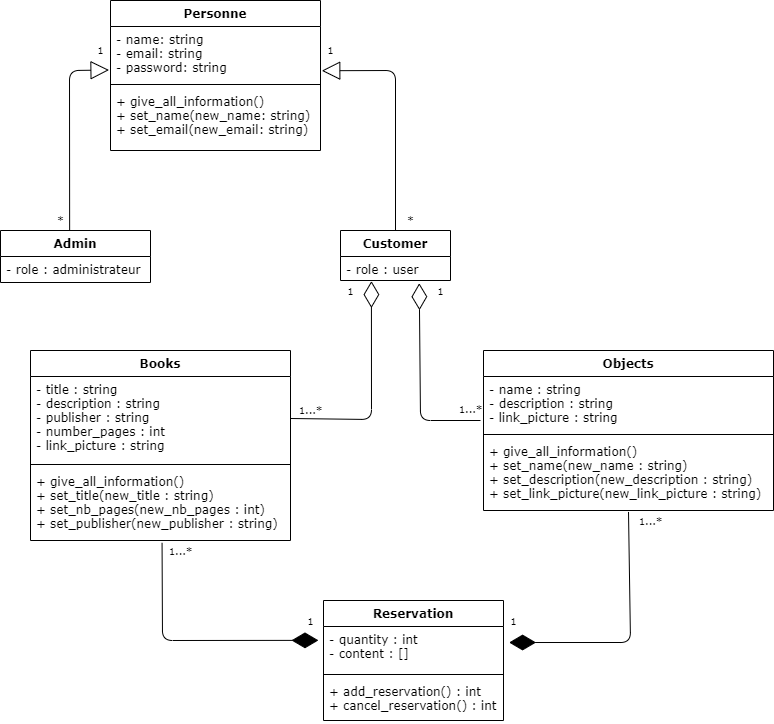
This is uml.png from ImNeow/Dev-Web-2022, a draw.io export, as it was before one commit. Source tidied: cells renumbered, new cells last; positions are measured from the earlier drawing's top-left corner, leaving out a move shared by most shapes.
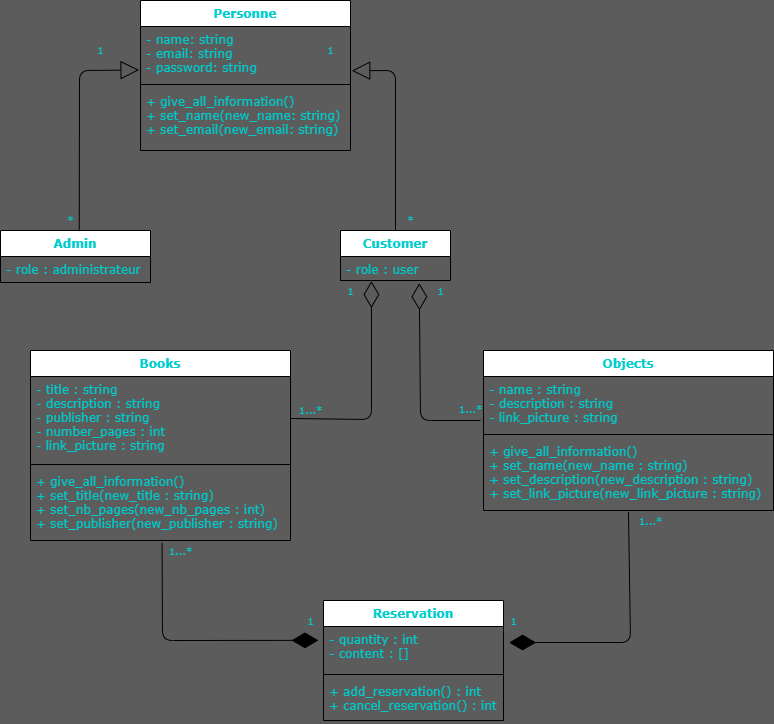
Above is the later version.

Diff of the diagram source:
```diff
@@ -1,133 +1,133 @@
-<mxGraphModel>
+<mxGraphModel background="#5C5C5C">
   <root>
     <mxCell id="0" />
     <mxCell id="1" parent="0" />
-    <mxCell id="2" value="Personne" style="swimlane;fontStyle=1;align=center;verticalAlign=top;horizontal=1;startSize=26;fontFamily=Verdana;" parent="1" vertex="1">
-      <mxGeometry x="110" width="210" height="150" as="geometry" />
+    <mxCell id="2" value="Personne" style="swimlane;fontStyle=1;align=center;verticalAlign=top;horizontal=1;startSize=26;fontFamily=Verdana;fontColor=#00CCCC;" parent="1" vertex="1">
+      <mxGeometry x="140" width="210" height="150" as="geometry" />
     </mxCell>
-    <mxCell id="3" value="- name: string&#10;- email: string&#10;- password: string&#10;" style="text;strokeColor=none;fillColor=none;align=left;verticalAlign=top;spacingLeft=4;spacingRight=4;overflow=hidden;points=[[0,0.5],[1,0.5]];portConstraint=eastwest;fontFamily=Verdana;" parent="2" vertex="1">
+    <mxCell id="3" value="- name: string&#10;- email: string&#10;- password: string&#10;" style="text;strokeColor=none;fillColor=none;align=left;verticalAlign=top;spacingLeft=4;spacingRight=4;overflow=hidden;points=[[0,0.5],[1,0.5]];portConstraint=eastwest;fontFamily=Verdana;fontColor=#00CCCC;" parent="2" vertex="1">
       <mxGeometry y="26" width="210" height="54" as="geometry" />
     </mxCell>
-    <mxCell id="4" style="line;strokeWidth=1;fillColor=none;align=left;verticalAlign=middle;spacingTop=-1;spacingLeft=3;spacingRight=3;labelPosition=right;fontFamily=Verdana;" parent="2" vertex="1">
+    <mxCell id="4" style="line;strokeWidth=1;fillColor=none;align=left;verticalAlign=middle;spacingTop=-1;spacingLeft=3;spacingRight=3;labelPosition=right;fontFamily=Verdana;fontColor=#00CCCC;" parent="2" vertex="1">
       <mxGeometry y="80" width="210" height="8" as="geometry" />
     </mxCell>
-    <mxCell id="5" value="+ give_all_information()&#10;+ set_name(new_name: string)&#10;+ set_email(new_email: string)" style="text;strokeColor=none;fillColor=none;align=left;verticalAlign=top;spacingLeft=4;spacingRight=4;overflow=hidden;fontFamily=Verdana;" parent="2" vertex="1">
+    <mxCell id="5" value="+ give_all_information()&#10;+ set_name(new_name: string)&#10;+ set_email(new_email: string)" style="text;strokeColor=none;fillColor=none;align=left;verticalAlign=top;spacingLeft=4;spacingRight=4;overflow=hidden;fontFamily=Verdana;fontColor=#00CCCC;" parent="2" vertex="1">
       <mxGeometry y="88" width="210" height="62" as="geometry" />
     </mxCell>
-    <mxCell id="6" value="Admin" style="swimlane;fontStyle=1;align=center;verticalAlign=top;horizontal=1;startSize=26;fontFamily=Verdana;" parent="1" vertex="1">
+    <mxCell id="6" value="Admin" style="swimlane;fontStyle=1;align=center;verticalAlign=top;horizontal=1;startSize=26;fontFamily=Verdana;fontColor=#00CCCC;" parent="1" vertex="1">
       <mxGeometry y="230" width="150" height="52" as="geometry" />
     </mxCell>
-    <mxCell id="7" value="- role : administrateur" style="text;strokeColor=none;fillColor=none;align=left;verticalAlign=top;spacingLeft=4;spacingRight=4;overflow=hidden;fontFamily=Verdana;" parent="6" vertex="1">
+    <mxCell id="7" value="- role : administrateur" style="text;strokeColor=none;fillColor=none;align=left;verticalAlign=top;spacingLeft=4;spacingRight=4;overflow=hidden;fontFamily=Verdana;fontColor=#00CCCC;" parent="6" vertex="1">
       <mxGeometry y="26" width="150" height="26" as="geometry" />
     </mxCell>
-    <mxCell id="8" value="Customer" style="swimlane;fontStyle=1;align=center;verticalAlign=top;horizontal=1;startSize=26;fontFamily=Verdana;" parent="1" vertex="1">
+    <mxCell id="8" value="Customer" style="swimlane;fontStyle=1;align=center;verticalAlign=top;horizontal=1;startSize=26;fontFamily=Verdana;fontColor=#00CCCC;" parent="1" vertex="1">
       <mxGeometry x="340" y="230" width="110" height="50" as="geometry" />
     </mxCell>
-    <mxCell id="9" value="- role : user" style="text;strokeColor=none;fillColor=none;align=left;verticalAlign=top;spacingLeft=4;spacingRight=4;overflow=hidden;points=[[0,0.5],[1,0.5]];portConstraint=eastwest;fontFamily=Verdana;" parent="8" vertex="1">
+    <mxCell id="9" value="- role : user" style="text;strokeColor=none;fillColor=none;align=left;verticalAlign=top;spacingLeft=4;spacingRight=4;overflow=hidden;points=[[0,0.5],[1,0.5]];portConstraint=eastwest;fontFamily=Verdana;fontColor=#00CCCC;" parent="8" vertex="1">
       <mxGeometry y="26" width="110" height="24" as="geometry" />
     </mxCell>
-    <mxCell id="10" value="Books" style="swimlane;fontStyle=1;align=center;verticalAlign=top;horizontal=1;startSize=26;fontFamily=Verdana;" parent="1" vertex="1">
+    <mxCell id="10" value="Books" style="swimlane;fontStyle=1;align=center;verticalAlign=top;horizontal=1;startSize=26;fontFamily=Verdana;fontColor=#00CCCC;" parent="1" vertex="1">
       <mxGeometry x="30" y="350" width="260" height="190" as="geometry" />
     </mxCell>
-    <mxCell id="11" value="- title : string&#10;- description : string&#10;- publisher : string&#10;- number_pages : int&#10;- link_picture : string" style="text;strokeColor=none;fillColor=none;align=left;verticalAlign=top;spacingLeft=4;spacingRight=4;overflow=hidden;points=[[0,0.5],[1,0.5]];portConstraint=eastwest;fontFamily=Verdana;" parent="10" vertex="1">
+    <mxCell id="11" value="- title : string&#10;- description : string&#10;- publisher : string&#10;- number_pages : int&#10;- link_picture : string" style="text;strokeColor=none;fillColor=none;align=left;verticalAlign=top;spacingLeft=4;spacingRight=4;overflow=hidden;points=[[0,0.5],[1,0.5]];portConstraint=eastwest;fontFamily=Verdana;fontColor=#00CCCC;" parent="10" vertex="1">
       <mxGeometry y="26" width="260" height="84" as="geometry" />
     </mxCell>
-    <mxCell id="12" style="line;strokeWidth=1;fillColor=none;align=left;verticalAlign=middle;spacingTop=-1;spacingLeft=3;spacingRight=3;labelPosition=right;fontFamily=Verdana;" parent="10" vertex="1">
+    <mxCell id="12" style="line;strokeWidth=1;fillColor=none;align=left;verticalAlign=middle;spacingTop=-1;spacingLeft=3;spacingRight=3;labelPosition=right;fontFamily=Verdana;fontColor=#00CCCC;" parent="10" vertex="1">
       <mxGeometry y="110" width="260" height="8" as="geometry" />
     </mxCell>
-    <mxCell id="13" value="+ give_all_information()&#10;+ set_title(new_title : string)&#10;+ set_nb_pages(new_nb_pages : int)&#10;+ set_publisher(new_publisher : string)" style="text;strokeColor=none;fillColor=none;align=left;verticalAlign=top;spacingLeft=4;spacingRight=4;overflow=hidden;points=[[0,0.5],[1,0.5]];portConstraint=eastwest;fontFamily=Verdana;" parent="10" vertex="1">
+    <mxCell id="13" value="+ give_all_information()&#10;+ set_title(new_title : string)&#10;+ set_nb_pages(new_nb_pages : int)&#10;+ set_publisher(new_publisher : string)" style="text;strokeColor=none;fillColor=none;align=left;verticalAlign=top;spacingLeft=4;spacingRight=4;overflow=hidden;points=[[0,0.5],[1,0.5]];portConstraint=eastwest;fontFamily=Verdana;fontColor=#00CCCC;" parent="10" vertex="1">
       <mxGeometry y="118" width="260" height="72" as="geometry" />
     </mxCell>
-    <mxCell id="14" value="Objects" style="swimlane;fontStyle=1;align=center;verticalAlign=top;horizontal=1;startSize=26;fontFamily=Verdana;" parent="1" vertex="1">
+    <mxCell id="14" value="Objects" style="swimlane;fontStyle=1;align=center;verticalAlign=top;horizontal=1;startSize=26;fontFamily=Verdana;fontColor=#00CCCC;" parent="1" vertex="1">
       <mxGeometry x="483" y="350" width="290" height="160" as="geometry" />
     </mxCell>
-    <mxCell id="15" value="- name : string&#10;- description : string&#10;- link_picture : string&#10;" style="text;strokeColor=none;fillColor=none;align=left;verticalAlign=top;spacingLeft=4;spacingRight=4;overflow=hidden;fontFamily=Verdana;" parent="14" vertex="1">
+    <mxCell id="15" value="- name : string&#10;- description : string&#10;- link_picture : string&#10;" style="text;strokeColor=none;fillColor=none;align=left;verticalAlign=top;spacingLeft=4;spacingRight=4;overflow=hidden;fontFamily=Verdana;fontColor=#00CCCC;" parent="14" vertex="1">
       <mxGeometry y="26" width="290" height="54" as="geometry" />
     </mxCell>
-    <mxCell id="16" style="line;strokeWidth=1;fillColor=none;align=left;verticalAlign=middle;spacingTop=-1;spacingLeft=3;spacingRight=3;labelPosition=right;fontFamily=Verdana;" parent="14" vertex="1">
+    <mxCell id="16" style="line;strokeWidth=1;fillColor=none;align=left;verticalAlign=middle;spacingTop=-1;spacingLeft=3;spacingRight=3;labelPosition=right;fontFamily=Verdana;fontColor=#00CCCC;" parent="14" vertex="1">
       <mxGeometry y="80" width="290" height="8" as="geometry" />
     </mxCell>
-    <mxCell id="17" value="+ give_all_information()&#10;+ set_name(new_name : string)&#10;+ set_description(new_description : string)&#10;+ set_link_picture(new_link_picture : string)" style="text;strokeColor=none;fillColor=none;align=left;verticalAlign=top;spacingLeft=4;spacingRight=4;overflow=hidden;points=[[0,0.5],[1,0.5]];portConstraint=eastwest;fontFamily=Verdana;" parent="14" vertex="1">
+    <mxCell id="17" value="+ give_all_information()&#10;+ set_name(new_name : string)&#10;+ set_description(new_description : string)&#10;+ set_link_picture(new_link_picture : string)" style="text;strokeColor=none;fillColor=none;align=left;verticalAlign=top;spacingLeft=4;spacingRight=4;overflow=hidden;points=[[0,0.5],[1,0.5]];portConstraint=eastwest;fontFamily=Verdana;fontColor=#00CCCC;" parent="14" vertex="1">
       <mxGeometry y="88" width="290" height="72" as="geometry" />
     </mxCell>
-    <mxCell id="18" value="Reservation" style="swimlane;fontStyle=1;align=center;verticalAlign=top;horizontal=1;startSize=26;fontFamily=Verdana;" parent="1" vertex="1">
+    <mxCell id="18" value="Reservation" style="swimlane;fontStyle=1;align=center;verticalAlign=top;horizontal=1;startSize=26;fontFamily=Verdana;fontColor=#00CCCC;" parent="1" vertex="1">
       <mxGeometry x="323" y="600" width="180" height="120" as="geometry" />
     </mxCell>
-    <mxCell id="19" value="- quantity : int&#10;- content : []" style="text;strokeColor=none;fillColor=none;align=left;verticalAlign=top;spacingLeft=4;spacingRight=4;overflow=hidden;points=[[0,0.5],[1,0.5]];portConstraint=eastwest;fontFamily=Verdana;" parent="18" vertex="1">
+    <mxCell id="19" value="- quantity : int&#10;- content : []" style="text;strokeColor=none;fillColor=none;align=left;verticalAlign=top;spacingLeft=4;spacingRight=4;overflow=hidden;points=[[0,0.5],[1,0.5]];portConstraint=eastwest;fontFamily=Verdana;fontColor=#00CCCC;" parent="18" vertex="1">
       <mxGeometry y="26" width="180" height="44" as="geometry" />
     </mxCell>
-    <mxCell id="20" style="line;strokeWidth=1;fillColor=none;align=left;verticalAlign=middle;spacingTop=-1;spacingLeft=3;spacingRight=3;labelPosition=right;fontFamily=Verdana;" parent="18" vertex="1">
+    <mxCell id="20" style="line;strokeWidth=1;fillColor=none;align=left;verticalAlign=middle;spacingTop=-1;spacingLeft=3;spacingRight=3;labelPosition=right;fontFamily=Verdana;fontColor=#00CCCC;" parent="18" vertex="1">
       <mxGeometry y="70" width="180" height="8" as="geometry" />
     </mxCell>
-    <mxCell id="21" value="+ add_reservation() : int&#10;+ cancel_reservation() : int" style="text;strokeColor=none;fillColor=none;align=left;verticalAlign=top;spacingLeft=4;spacingRight=4;overflow=hidden;fontFamily=Verdana;" parent="18" vertex="1">
+    <mxCell id="21" value="+ add_reservation() : int&#10;+ cancel_reservation() : int" style="text;strokeColor=none;fillColor=none;align=left;verticalAlign=top;spacingLeft=4;spacingRight=4;overflow=hidden;fontFamily=Verdana;fontColor=#00CCCC;" parent="18" vertex="1">
       <mxGeometry y="78" width="180" height="42" as="geometry" />
     </mxCell>
-    <mxCell id="22" style="endArrow=diamondThin;endFill=1;endSize=24;html=1;fontFamily=Lucida Console;entryX=-0.028;entryY=0.315;entryDx=0;entryDy=0;entryPerimeter=0;exitX=0.506;exitY=1.033;exitDx=0;exitDy=0;exitPerimeter=0;" parent="1" edge="1" source="13" target="19">
+    <mxCell id="22" style="endArrow=diamondThin;endFill=1;endSize=24;html=1;fontFamily=Lucida Console;entryX=-0.028;entryY=0.315;entryDx=0;entryDy=0;entryPerimeter=0;exitX=0.506;exitY=1.033;exitDx=0;exitDy=0;exitPerimeter=0;fontColor=#00CCCC;" parent="1" edge="1" source="13" target="19">
       <mxGeometry relative="1" as="geometry">
         <Array as="points">
           <mxPoint x="162" y="640" />
         </Array>
       </mxGeometry>
     </mxCell>
-    <mxCell id="23" style="endArrow=diamondThin;endFill=1;endSize=24;html=1;fontFamily=Lucida Console;entryX=1.031;entryY=0.364;entryDx=0;entryDy=0;entryPerimeter=0;exitX=0.5;exitY=1.02;exitDx=0;exitDy=0;exitPerimeter=0;" parent="1" edge="1" source="17" target="19">
+    <mxCell id="23" style="endArrow=diamondThin;endFill=1;endSize=24;html=1;fontFamily=Lucida Console;entryX=1.031;entryY=0.364;entryDx=0;entryDy=0;entryPerimeter=0;exitX=0.5;exitY=1.02;exitDx=0;exitDy=0;exitPerimeter=0;fontColor=#00CCCC;" parent="1" edge="1" source="17" target="19">
       <mxGeometry relative="1" as="geometry">
         <Array as="points">
           <mxPoint x="630" y="642" />
         </Array>
       </mxGeometry>
     </mxCell>
-    <mxCell id="24" style="endArrow=block;endSize=16;endFill=0;html=1;fontFamily=Verdana;entryX=-0.007;entryY=0.806;entryDx=0;entryDy=0;entryPerimeter=0;exitX=0.957;exitY=0.975;exitDx=0;exitDy=0;exitPerimeter=0;" parent="1" edge="1" source="26" target="3">
+    <mxCell id="24" style="endArrow=block;endSize=16;endFill=0;html=1;fontFamily=Verdana;entryX=-0.007;entryY=0.806;entryDx=0;entryDy=0;entryPerimeter=0;exitX=0.525;exitY=0.011;exitDx=0;exitDy=0;exitPerimeter=0;fontColor=#00CCCC;" parent="1" edge="1" source="6" target="3">
       <mxGeometry x="0.12" y="10" relative="1" as="geometry">
         <Array as="points">
-          <mxPoint x="69" y="70" />
+          <mxPoint x="79" y="70" />
         </Array>
       </mxGeometry>
     </mxCell>
-    <mxCell id="25" style="endArrow=block;endSize=16;endFill=0;html=1;fontFamily=Verdana;entryX=1.006;entryY=0.819;entryDx=0;entryDy=0;entryPerimeter=0;exitX=0.5;exitY=0;exitDx=0;exitDy=0;" parent="1" edge="1" source="8" target="3">
+    <mxCell id="25" style="endArrow=block;endSize=16;endFill=0;html=1;fontFamily=Verdana;entryX=1.006;entryY=0.819;entryDx=0;entryDy=0;entryPerimeter=0;exitX=0.5;exitY=0;exitDx=0;exitDy=0;fontColor=#00CCCC;" parent="1" edge="1" source="8" target="3">
       <mxGeometry relative="1" as="geometry">
         <Array as="points">
           <mxPoint x="395" y="70" />
         </Array>
       </mxGeometry>
     </mxCell>
-    <mxCell id="26" value="&lt;font style=&quot;font-size: 10px&quot;&gt;*&lt;/font&gt;" style="text;html=1;align=center;verticalAlign=middle;points=[];strokeColor=none;fillColor=none;fontFamily=Verdana;" parent="1" vertex="1">
-      <mxGeometry x="50" y="210" width="20" height="20" as="geometry" />
+    <mxCell id="26" value="&lt;font style=&quot;font-size: 10px&quot;&gt;*&lt;/font&gt;" style="text;html=1;align=center;verticalAlign=middle;points=[];strokeColor=none;fillColor=none;fontFamily=Verdana;fontColor=#00CCCC;" parent="1" vertex="1">
+      <mxGeometry x="60" y="210" width="20" height="20" as="geometry" />
     </mxCell>
-    <mxCell id="27" value="&lt;font style=&quot;font-size: 10px&quot;&gt;1&lt;/font&gt;" style="text;html=1;align=center;verticalAlign=middle;strokeColor=none;fillColor=none;fontFamily=Verdana;" parent="1" vertex="1">
+    <mxCell id="27" value="&lt;font style=&quot;font-size: 10px&quot;&gt;1&lt;/font&gt;" style="text;html=1;align=center;verticalAlign=middle;strokeColor=none;fillColor=none;fontFamily=Verdana;fontColor=#00CCCC;" parent="1" vertex="1">
       <mxGeometry x="90" y="40" width="20" height="20" as="geometry" />
     </mxCell>
-    <mxCell id="28" value="&lt;font style=&quot;font-size: 10px&quot;&gt;1&lt;/font&gt;" style="text;html=1;align=center;verticalAlign=middle;strokeColor=none;fillColor=none;fontFamily=Verdana;" parent="1" vertex="1">
+    <mxCell id="28" value="&lt;font style=&quot;font-size: 10px&quot;&gt;1&lt;/font&gt;" style="text;html=1;align=center;verticalAlign=middle;strokeColor=none;fillColor=none;fontFamily=Verdana;fontColor=#00CCCC;" parent="1" vertex="1">
       <mxGeometry x="320" y="40" width="20" height="20" as="geometry" />
     </mxCell>
-    <mxCell id="29" value="&lt;font style=&quot;font-size: 10px&quot;&gt;*&lt;/font&gt;" style="text;html=1;align=center;verticalAlign=middle;strokeColor=none;fillColor=none;fontFamily=Verdana;" parent="1" vertex="1">
+    <mxCell id="29" value="&lt;font style=&quot;font-size: 10px&quot;&gt;*&lt;/font&gt;" style="text;html=1;align=center;verticalAlign=middle;strokeColor=none;fillColor=none;fontFamily=Verdana;fontColor=#00CCCC;" parent="1" vertex="1">
       <mxGeometry x="400" y="210" width="20" height="20" as="geometry" />
     </mxCell>
-    <mxCell id="30" value="&lt;font face=&quot;Verdana&quot; style=&quot;font-size: 10px&quot;&gt;1...*&lt;/font&gt;" style="text;html=1;align=center;verticalAlign=middle;strokeColor=none;fillColor=none;fontFamily=Lucida Console;" parent="1" vertex="1">
+    <mxCell id="30" value="&lt;font face=&quot;Verdana&quot; style=&quot;font-size: 10px&quot;&gt;1...*&lt;/font&gt;" style="text;html=1;align=center;verticalAlign=middle;strokeColor=none;fillColor=none;fontFamily=Lucida Console;fontColor=#00CCCC;" parent="1" vertex="1">
       <mxGeometry x="450" y="400" width="40" height="20" as="geometry" />
     </mxCell>
-    <mxCell id="31" value="&lt;font style=&quot;font-size: 10px&quot;&gt;1...*&lt;/font&gt;" style="text;html=1;align=center;verticalAlign=middle;strokeColor=none;fillColor=none;fontFamily=Verdana;" parent="1" vertex="1">
+    <mxCell id="31" value="&lt;font style=&quot;font-size: 10px&quot;&gt;1...*&lt;/font&gt;" style="text;html=1;align=center;verticalAlign=middle;strokeColor=none;fillColor=none;fontFamily=Verdana;fontColor=#00CCCC;" parent="1" vertex="1">
       <mxGeometry x="290" y="400" width="40" height="20" as="geometry" />
     </mxCell>
-    <mxCell id="32" value="1...*" style="text;html=1;align=center;verticalAlign=middle;strokeColor=none;fillColor=none;fontFamily=Verdana;fontSize=10;" parent="1" vertex="1">
+    <mxCell id="32" value="1...*" style="text;html=1;align=center;verticalAlign=middle;strokeColor=none;fillColor=none;fontFamily=Verdana;fontSize=10;fontColor=#00CCCC;" parent="1" vertex="1">
       <mxGeometry x="160" y="540" width="40" height="20" as="geometry" />
     </mxCell>
-    <mxCell id="33" value="&lt;font style=&quot;font-size: 10px;&quot;&gt;1&lt;/font&gt;" style="text;html=1;align=center;verticalAlign=middle;strokeColor=none;fillColor=none;fontFamily=Verdana;fontSize=10;" parent="1" vertex="1">
+    <mxCell id="33" value="&lt;font style=&quot;font-size: 10px;&quot;&gt;1&lt;/font&gt;" style="text;html=1;align=center;verticalAlign=middle;strokeColor=none;fillColor=none;fontFamily=Verdana;fontSize=10;fontColor=#00CCCC;" parent="1" vertex="1">
       <mxGeometry x="300" y="610" width="20" height="20" as="geometry" />
     </mxCell>
-    <mxCell id="34" value="1" style="text;html=1;align=center;verticalAlign=middle;strokeColor=none;fillColor=none;fontFamily=Verdana;fontSize=10;" parent="1" vertex="1">
+    <mxCell id="34" value="1" style="text;html=1;align=center;verticalAlign=middle;strokeColor=none;fillColor=none;fontFamily=Verdana;fontSize=10;fontColor=#00CCCC;" parent="1" vertex="1">
       <mxGeometry x="503" y="610" width="20" height="20" as="geometry" />
     </mxCell>
-    <mxCell id="35" value="&lt;font style=&quot;font-size: 10px;&quot;&gt;1...*&lt;/font&gt;" style="text;html=1;align=center;verticalAlign=middle;strokeColor=none;fillColor=none;fontFamily=Verdana;fontSize=10;" parent="1" vertex="1">
+    <mxCell id="35" value="&lt;font style=&quot;font-size: 10px;&quot;&gt;1...*&lt;/font&gt;" style="text;html=1;align=center;verticalAlign=middle;strokeColor=none;fillColor=none;fontFamily=Verdana;fontSize=10;fontColor=#00CCCC;" parent="1" vertex="1">
       <mxGeometry x="630" y="510" width="40" height="20" as="geometry" />
     </mxCell>
-    <mxCell id="36" style="endArrow=diamondThin;endFill=0;endSize=24;html=1;fontFamily=Lucida Console;exitX=1;exitY=0.5;exitDx=0;exitDy=0;entryX=0.281;entryY=1.024;entryDx=0;entryDy=0;entryPerimeter=0;" parent="1" edge="1" source="11" target="9">
+    <mxCell id="36" style="endArrow=diamondThin;endFill=0;endSize=24;html=1;fontFamily=Lucida Console;exitX=1;exitY=0.5;exitDx=0;exitDy=0;entryX=0.281;entryY=1.024;entryDx=0;entryDy=0;entryPerimeter=0;fontColor=#00CCCC;" parent="1" edge="1" source="11" target="9">
       <mxGeometry relative="1" as="geometry">
         <Array as="points">
           <mxPoint x="371" y="419" />
         </Array>
       </mxGeometry>
     </mxCell>
-    <mxCell id="37" style="endArrow=diamondThin;endFill=0;endSize=24;html=1;fontFamily=Lucida Console;entryX=0.716;entryY=1.113;entryDx=0;entryDy=0;entryPerimeter=0;" parent="1" edge="1" target="9">
+    <mxCell id="37" style="endArrow=diamondThin;endFill=0;endSize=24;html=1;fontFamily=Lucida Console;entryX=0.716;entryY=1.113;entryDx=0;entryDy=0;entryPerimeter=0;fontColor=#00CCCC;" parent="1" edge="1" target="9">
       <mxGeometry relative="1" as="geometry">
         <mxPoint x="480" y="420" as="sourcePoint" />
         <Array as="points">
@@ -135,10 +135,10 @@
         </Array>
       </mxGeometry>
     </mxCell>
-    <mxCell id="38" value="1" style="text;html=1;align=center;verticalAlign=middle;strokeColor=none;fillColor=none;fontSize=10;fontFamily=Verdana;" parent="1" vertex="1">
+    <mxCell id="38" value="1" style="text;html=1;align=center;verticalAlign=middle;strokeColor=none;fillColor=none;fontSize=10;fontFamily=Verdana;fontColor=#00CCCC;" parent="1" vertex="1">
       <mxGeometry x="340" y="280" width="20" height="20" as="geometry" />
     </mxCell>
-    <mxCell id="39" value="1" style="text;html=1;align=center;verticalAlign=middle;strokeColor=none;fillColor=none;fontSize=10;fontFamily=Verdana;" parent="1" vertex="1">
+    <mxCell id="39" value="1" style="text;html=1;align=center;verticalAlign=middle;strokeColor=none;fillColor=none;fontSize=10;fontFamily=Verdana;fontColor=#00CCCC;" parent="1" vertex="1">
       <mxGeometry x="430" y="280" width="20" height="20" as="geometry" />
     </mxCell>
   </root>
```
